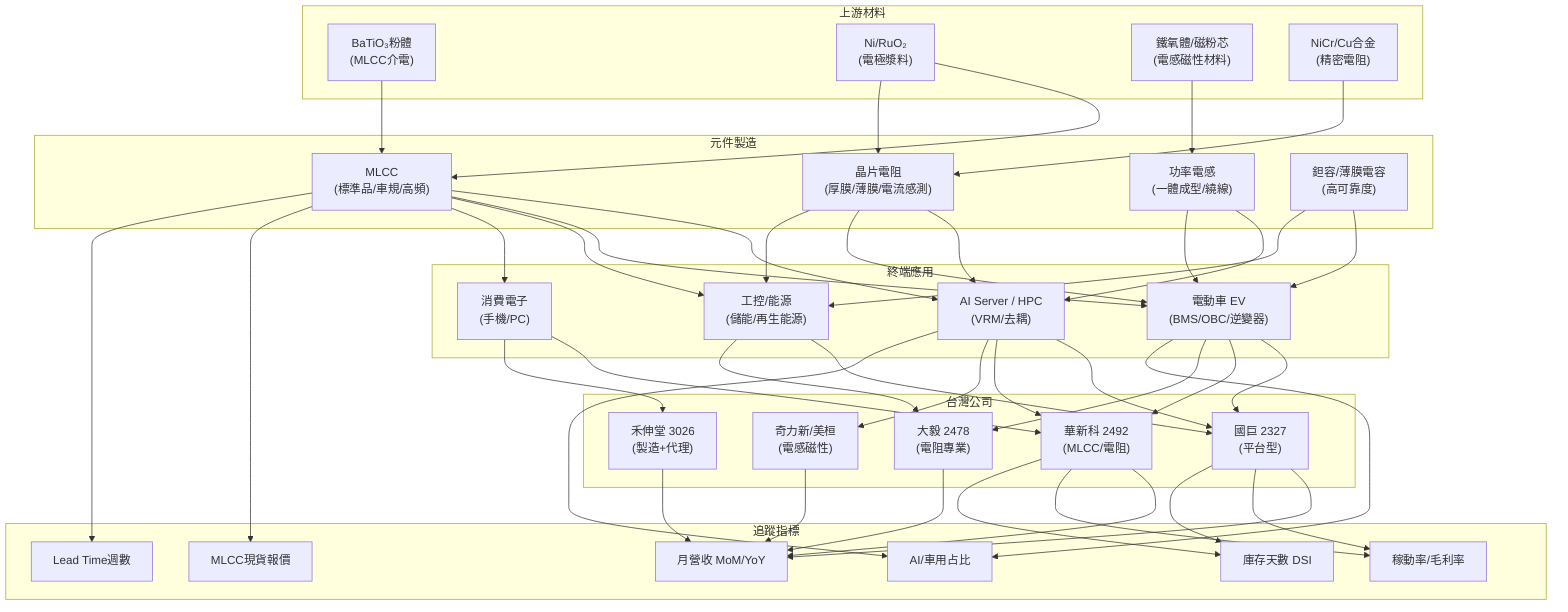
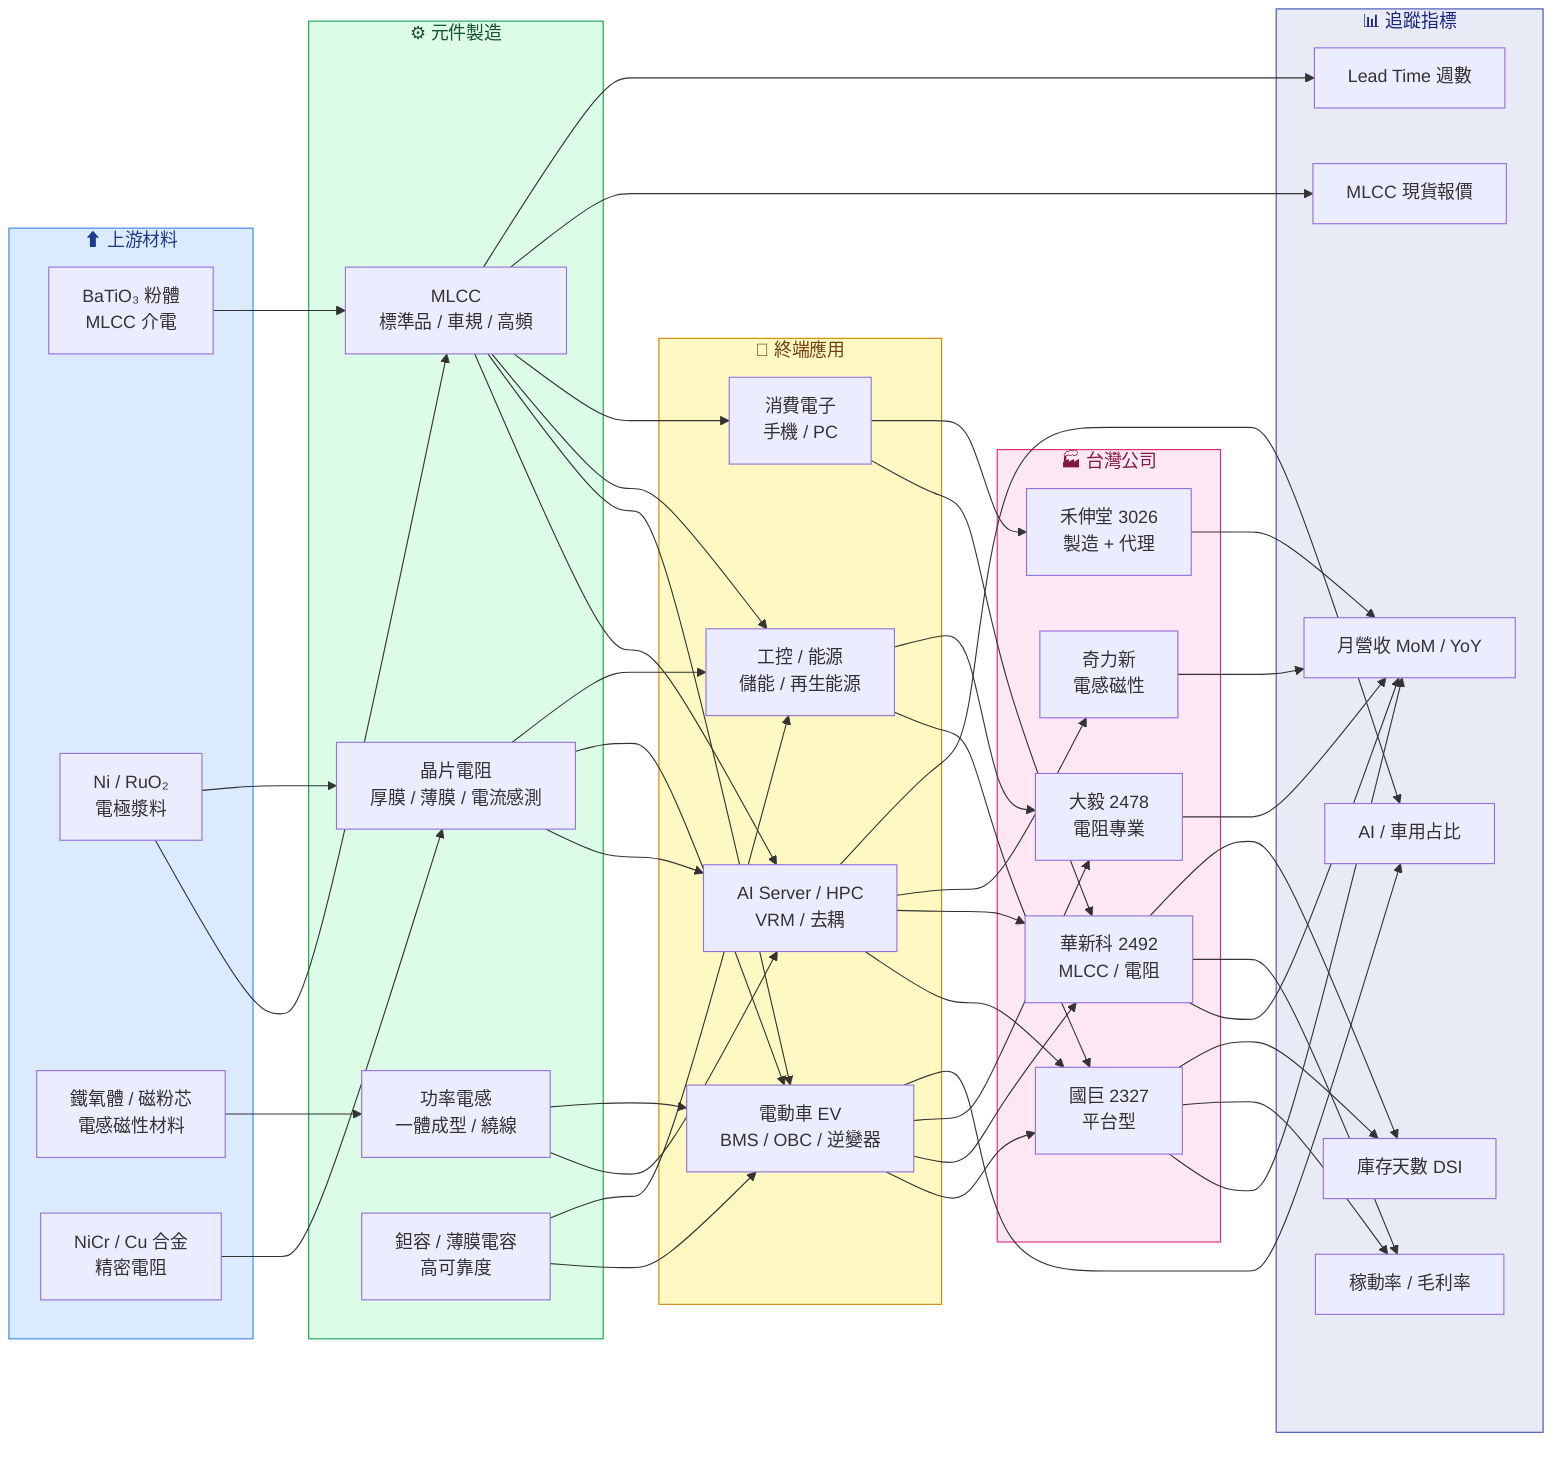
%%{init: {"theme": "default"}}%%
- flowchart TD
-     subgraph UP["上游材料"]
-         U1["BaTiO₃粉體\n(MLCC介電)"]
-         U2["Ni/RuO₂\n(電極漿料)"]
-         U3["鐵氧體/磁粉芯\n(電感磁性材料)"]
-         U4["NiCr/Cu合金\n(精密電阻)"]
+ flowchart LR
+     subgraph UP["⬆ 上游材料"]
+         U1["BaTiO₃ 粉體\nMLCC 介電"]
+         U2["Ni / RuO₂\n電極漿料"]
+         U3["鐵氧體 / 磁粉芯\n電感磁性材料"]
+         U4["NiCr / Cu 合金\n精密電阻"]
    end

-     subgraph COMP["元件製造"]
-         C1["MLCC\n(標準品/車規/高頻)"]
-         C2["晶片電阻\n(厚膜/薄膜/電流感測)"]
-         C3["功率電感\n(一體成型/繞線)"]
-         C4["鉭容/薄膜電容\n(高可靠度)"]
+     subgraph COMP["⚙ 元件製造"]
+         C1["MLCC\n標準品 / 車規 / 高頻"]
+         C2["晶片電阻\n厚膜 / 薄膜 / 電流感測"]
+         C3["功率電感\n一體成型 / 繞線"]
+         C4["鉭容 / 薄膜電容\n高可靠度"]
    end

-     subgraph APP["終端應用"]
-         A1["AI Server / HPC\n(VRM/去耦)"]
-         A2["電動車 EV\n(BMS/OBC/逆變器)"]
-         A3["工控/能源\n(儲能/再生能源)"]
-         A4["消費電子\n(手機/PC)"]
+     subgraph APP["🎯 終端應用"]
+         A1["AI Server / HPC\nVRM / 去耦"]
+         A2["電動車 EV\nBMS / OBC / 逆變器"]
+         A3["工控 / 能源\n儲能 / 再生能源"]
+         A4["消費電子\n手機 / PC"]
    end

-     subgraph CO["台灣公司"]
-         T1["國巨 2327\n(平台型)"]
-         T2["華新科 2492\n(MLCC/電阻)"]
-         T3["禾伸堂 3026\n(製造+代理)"]
-         T4["大毅 2478\n(電阻專業)"]
-         T5["奇力新/美桓\n(電感磁性)"]
+     subgraph CO["🏭 台灣公司"]
+         T1["國巨 2327\n平台型"]
+         T2["華新科 2492\nMLCC / 電阻"]
+         T3["禾伸堂 3026\n製造 + 代理"]
+         T4["大毅 2478\n電阻專業"]
+         T5["奇力新\n電感磁性"]
    end

-     subgraph KPI["追蹤指標"]
-         K1["月營收 MoM/YoY"]
-         K2["MLCC現貨報價"]
-         K3["Lead Time週數"]
-         K4["稼動率/毛利率"]
+     subgraph KPI["📊 追蹤指標"]
+         K1["月營收 MoM / YoY"]
+         K2["MLCC 現貨報價"]
+         K3["Lead Time 週數"]
+         K4["稼動率 / 毛利率"]
        K5["庫存天數 DSI"]
-         K6["AI/車用占比"]
+         K6["AI / 車用占比"]
    end

-     U1 --> C1
-     U2 --> C1
-     U2 --> C2
+     U1 & U2 --> C1
+     U2 & U4 --> C2
    U3 --> C3
-     U4 --> C2

-     C1 --> A1
-     C1 --> A2
-     C1 --> A3
-     C1 --> A4
-     C2 --> A1
-     C2 --> A2
-     C2 --> A3
-     C3 --> A1
-     C3 --> A2
-     C4 --> A2
-     C4 --> A3
+     C1 --> A1 & A2 & A3 & A4
+     C2 --> A1 & A2 & A3
+     C3 --> A1 & A2
+     C4 --> A2 & A3

-     A1 --> T1
-     A1 --> T2
-     A1 --> T5
-     A2 --> T1
-     A2 --> T2
-     A2 --> T4
-     A3 --> T1
-     A3 --> T4
-     A4 --> T2
-     A4 --> T3
+     A1 --> T1 & T2 & T5
+     A2 --> T1 & T2 & T4
+     A3 --> T1 & T4
+     A4 --> T2 & T3

-     T1 --> K1
-     T2 --> K1
-     T3 --> K1
-     T4 --> K1
-     T5 --> K1
-     C1 --> K2
-     C1 --> K3
-     T1 --> K4
-     T2 --> K4
-     T1 --> K5
-     T2 --> K5
-     A1 --> K6
-     A2 --> K6
+     T1 & T2 & T3 & T4 & T5 --> K1
+     C1 --> K2 & K3
+     T1 & T2 --> K4 & K5
+     A1 & A2 --> K6
+ 
+     style UP fill:#dbeafe,stroke:#3b82f6,color:#1e3a8a
+     style COMP fill:#dcfce7,stroke:#16a34a,color:#14532d
+     style APP fill:#fef9c3,stroke:#ca8a04,color:#713f12
+     style CO fill:#fce7f3,stroke:#db2777,color:#831843
+     style KPI fill:#e8eaf6,stroke:#3f51b5,color:#1a237e
